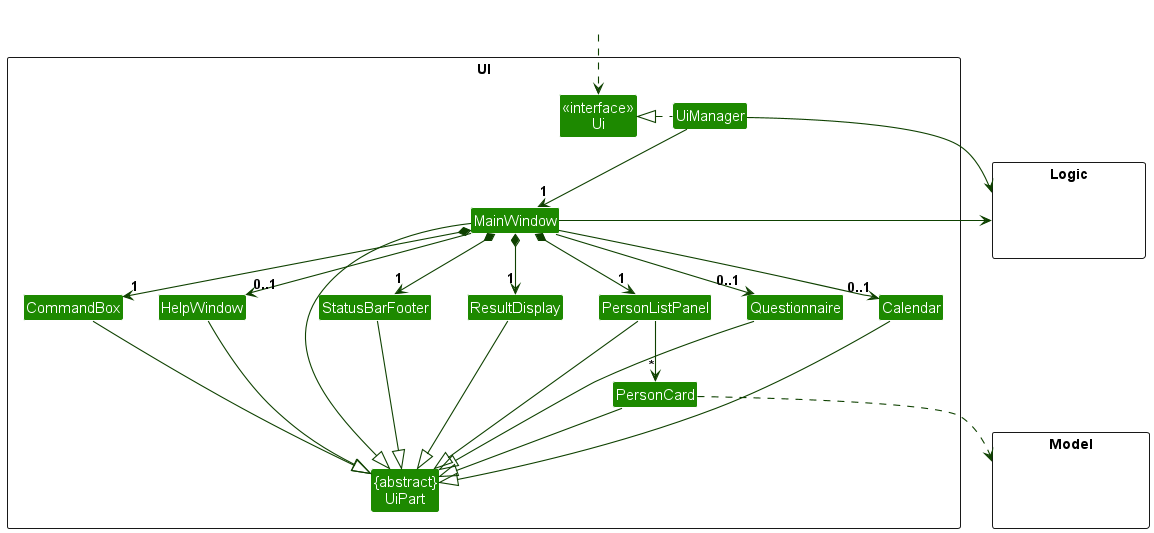
Above: docs/images/UiClassDiagram.png in syamfarh/tp (PlantUML), before the change.
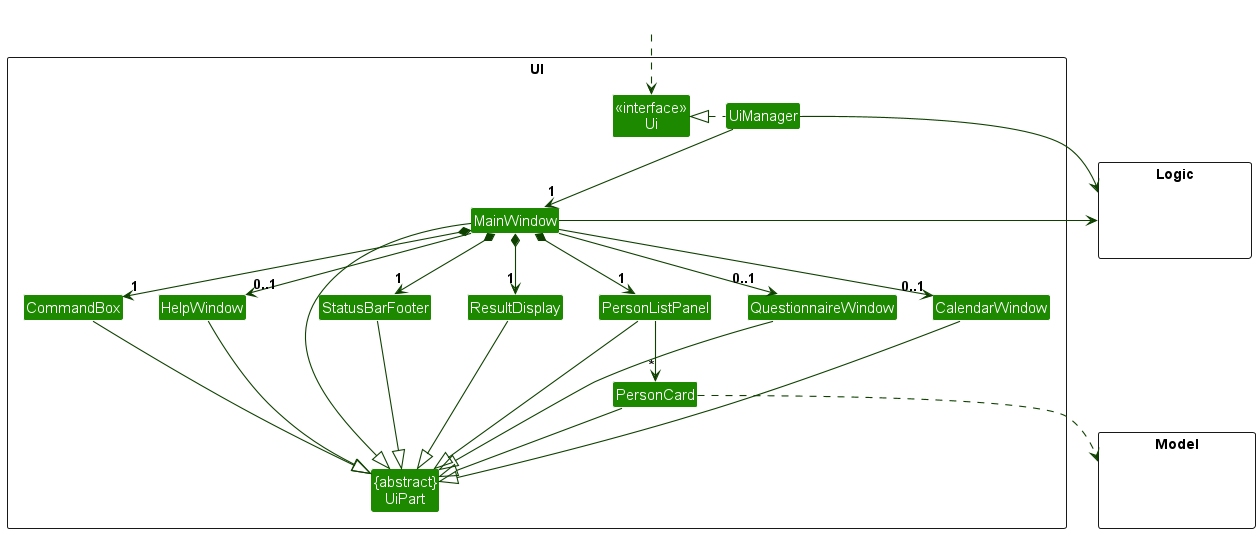
The same file after the commit.

Commit message:
Update UiClassDiagram.puml *Questionnaire to QuestionnaireWindow *Calendar to CalendarWindow

The edit, as a diff of the source:
```diff
@@ -15,8 +15,8 @@
 Class PersonCard
 Class StatusBarFooter
 Class CommandBox
-Class Questionnaire
-Class Calendar
+Class QuestionnaireWindow
+Class CalendarWindow
 }
 
 package Model <<Rectangle>> {
@@ -37,8 +37,8 @@
 MainWindow *-down-> "1" PersonListPanel
 MainWindow *-down-> "1" StatusBarFooter
 MainWindow -down-> "0..1" HelpWindow
-MainWindow -down-> "0..1" Calendar
-MainWindow -down-> "0..1" Questionnaire
+MainWindow -down-> "0..1" CalendarWindow
+MainWindow -down-> "0..1" QuestionnaireWindow
 
 PersonListPanel -down-> "*" PersonCard
 
@@ -50,8 +50,8 @@
 PersonCard --|> UiPart
 StatusBarFooter --|> UiPart
 HelpWindow --|> UiPart
-Questionnaire ---|> UiPart
-Calendar ---|> UiPart
+QuestionnaireWindow ---|> UiPart
+CalendarWindow ---|> UiPart
 
 PersonCard ..> Model
 UiManager -right-> Logic
```
